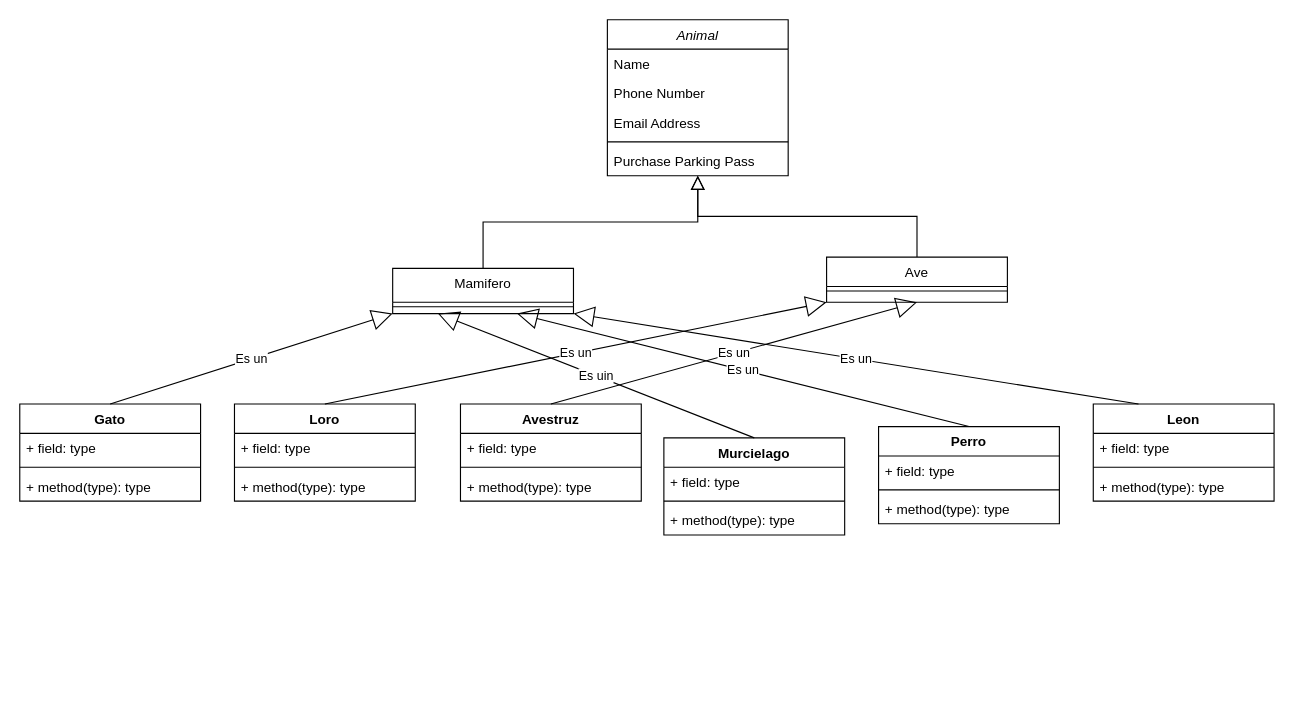
This is Untitled Diagram.drawio from Martin0506/Actividad5, a draw.io file, before an edit. Source tidied: cells renumbered, new cells numbered last; positions are measured from the earlier drawing's top-left corner, leaving out a move shared by most shapes. Both pictures are drawn from the tidied source at 113%, with x=0, y=0 at pixel (19, 19).
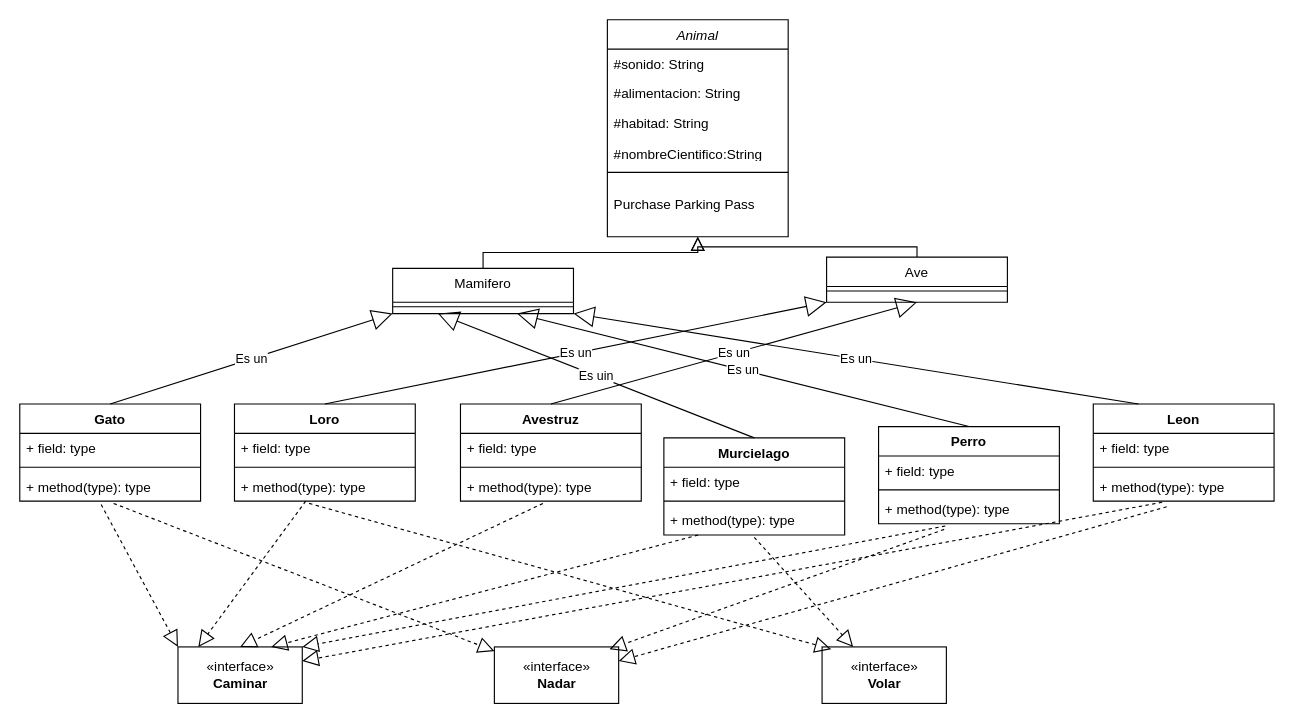
The same diagram, later.

The change refers to these unchanged cells:
```xml
<mxCell id="17" value="+ method(type): type" style="text;strokeColor=none;fillColor=none;align=left;verticalAlign=top;spacingLeft=4;spacingRight=4;overflow=hidden;points=[[0,0.5],[1,0.5]];portConstraint=eastwest;" parent="14" vertex="1">
  <mxGeometry y="60" width="160" height="26" as="geometry" />
</mxCell>
<mxCell id="21" value="+ method(type): type" style="text;strokeColor=none;fillColor=none;align=left;verticalAlign=top;spacingLeft=4;spacingRight=4;overflow=hidden;points=[[0,0.5],[1,0.5]];portConstraint=eastwest;" parent="18" vertex="1">
  <mxGeometry y="60" width="160" height="26" as="geometry" />
</mxCell>
<mxCell id="25" value="+ method(type): type" style="text;strokeColor=none;fillColor=none;align=left;verticalAlign=top;spacingLeft=4;spacingRight=4;overflow=hidden;points=[[0,0.5],[1,0.5]];portConstraint=eastwest;" parent="22" vertex="1">
  <mxGeometry y="60" width="160" height="26" as="geometry" />
</mxCell>
<mxCell id="29" value="+ method(type): type" style="text;strokeColor=none;fillColor=none;align=left;verticalAlign=top;spacingLeft=4;spacingRight=4;overflow=hidden;points=[[0,0.5],[1,0.5]];portConstraint=eastwest;" parent="26" vertex="1">
  <mxGeometry y="60" width="160" height="26" as="geometry" />
</mxCell>
<mxCell id="33" value="+ method(type): type" style="text;strokeColor=none;fillColor=none;align=left;verticalAlign=top;spacingLeft=4;spacingRight=4;overflow=hidden;points=[[0,0.5],[1,0.5]];portConstraint=eastwest;" parent="30" vertex="1">
  <mxGeometry y="60" width="160" height="26" as="geometry" />
</mxCell>
<mxCell id="37" value="+ method(type): type" style="text;strokeColor=none;fillColor=none;align=left;verticalAlign=top;spacingLeft=4;spacingRight=4;overflow=hidden;points=[[0,0.5],[1,0.5]];portConstraint=eastwest;" parent="34" vertex="1">
  <mxGeometry y="60" width="160" height="26" as="geometry" />
</mxCell>
```

Change to the diagram source:
```diff
@@
     <mxCell id="2" value="Animal" style="swimlane;fontStyle=2;align=center;verticalAlign=top;horizontal=1;startSize=26;rounded=0;shadow=0;strokeWidth=1;" parent="1" vertex="1">
-      <mxGeometry x="520" width="160" height="138" as="geometry" />
+      <mxGeometry x="520" width="160" height="192" as="geometry" />
     </mxCell>
-    <mxCell id="3" value="Name" style="text;align=left;verticalAlign=top;spacingLeft=4;spacingRight=4;overflow=hidden;" parent="2" vertex="1">
+    <mxCell id="3" value="#sonido: String" style="text;align=left;verticalAlign=top;spacingLeft=4;spacingRight=4;overflow=hidden;" parent="2" vertex="1">
       <mxGeometry y="26" width="160" height="26" as="geometry" />
     </mxCell>
-    <mxCell id="4" value="Phone Number" style="text;align=left;verticalAlign=top;spacingLeft=4;spacingRight=4;overflow=hidden;rounded=0;shadow=0;html=0;" parent="2" vertex="1">
+    <mxCell id="4" value="#alimentacion: String" style="text;align=left;verticalAlign=top;spacingLeft=4;spacingRight=4;overflow=hidden;rounded=0;shadow=0;html=0;" parent="2" vertex="1">
       <mxGeometry y="52" width="160" height="26" as="geometry" />
     </mxCell>
-    <mxCell id="5" value="Email Address" style="text;align=left;verticalAlign=top;spacingLeft=4;spacingRight=4;overflow=hidden;rounded=0;shadow=0;html=0;" parent="2" vertex="1">
-      <mxGeometry y="78" width="160" height="26" as="geometry" />
+    <mxCell id="5" value="#habitad: String&#10;&#10;#nombreCientifico:String" style="text;align=left;verticalAlign=top;spacingLeft=4;spacingRight=4;overflow=hidden;rounded=0;shadow=0;html=0;" parent="2" vertex="1">
+      <mxGeometry y="78" width="160" height="42" as="geometry" />
     </mxCell>
     <mxCell id="6" style="line;html=1;strokeWidth=1;align=left;verticalAlign=middle;spacingTop=-1;spacingLeft=3;spacingRight=3;labelPosition=right;" parent="2" vertex="1">
-      <mxGeometry y="104" width="160" height="8" as="geometry" />
+      <mxGeometry y="120" width="160" height="30" as="geometry" />
     </mxCell>
     <mxCell id="7" value="Purchase Parking Pass" style="text;align=left;verticalAlign=top;spacingLeft=4;spacingRight=4;overflow=hidden;" parent="2" vertex="1">
-      <mxGeometry y="112" width="160" height="26" as="geometry" />
+      <mxGeometry y="150" width="160" height="26" as="geometry" />
     </mxCell>
@@
+    <mxCell id="44" value="«interface»&lt;br&gt;&lt;b&gt;Caminar&lt;/b&gt;" style="html=1;" parent="1" vertex="1">
+      <mxGeometry x="140" y="555" width="110" height="50" as="geometry" />
+    </mxCell>
+    <mxCell id="45" value="«interface»&lt;br&gt;&lt;b&gt;Nadar&lt;/b&gt;" style="html=1;" parent="1" vertex="1">
+      <mxGeometry x="420" y="555" width="110" height="50" as="geometry" />
+    </mxCell>
+    <mxCell id="46" value="«interface»&lt;br&gt;&lt;b&gt;Volar&lt;/b&gt;" style="html=1;" parent="1" vertex="1">
+      <mxGeometry x="710" y="555" width="110" height="50" as="geometry" />
+    </mxCell>
+    <mxCell id="47" style="endArrow=block;dashed=1;endFill=0;endSize=12;html=1;rounded=0;exitX=0.45;exitY=1.115;exitDx=0;exitDy=0;exitPerimeter=0;entryX=0;entryY=0;entryDx=0;entryDy=0;" parent="1" edge="1" source="37" target="44">
+      <mxGeometry relative="1" as="geometry" />
+    </mxCell>
+    <mxCell id="48" style="endArrow=block;dashed=1;endFill=0;endSize=12;html=1;rounded=0;exitX=0.519;exitY=1.077;exitDx=0;exitDy=0;exitPerimeter=0;" parent="1" edge="1" source="37" target="45">
+      <mxGeometry relative="1" as="geometry" />
+    </mxCell>
+    <mxCell id="49" style="endArrow=block;dashed=1;endFill=0;endSize=12;html=1;rounded=0;exitX=0.413;exitY=1.077;exitDx=0;exitDy=0;exitPerimeter=0;entryX=0.073;entryY=0.04;entryDx=0;entryDy=0;entryPerimeter=0;" parent="1" edge="1" source="21" target="46">
+      <mxGeometry relative="1" as="geometry" />
+    </mxCell>
+    <mxCell id="50" style="endArrow=block;dashed=1;endFill=0;endSize=12;html=1;rounded=0;exitX=0.394;exitY=1;exitDx=0;exitDy=0;exitPerimeter=0;entryX=0.164;entryY=0;entryDx=0;entryDy=0;entryPerimeter=0;" parent="1" edge="1" source="21" target="44">
+      <mxGeometry relative="1" as="geometry" />
+    </mxCell>
+    <mxCell id="51" style="endArrow=block;dashed=1;endFill=0;endSize=12;html=1;rounded=0;exitX=0.456;exitY=1.077;exitDx=0;exitDy=0;exitPerimeter=0;entryX=0.5;entryY=0;entryDx=0;entryDy=0;" parent="1" edge="1" source="17" target="44">
+      <mxGeometry relative="1" as="geometry" />
+    </mxCell>
+    <mxCell id="52" style="endArrow=block;dashed=1;endFill=0;endSize=12;html=1;rounded=0;entryX=0.75;entryY=0;entryDx=0;entryDy=0;" parent="1" edge="1" source="25" target="44">
+      <mxGeometry relative="1" as="geometry" />
+    </mxCell>
+    <mxCell id="53" style="endArrow=block;dashed=1;endFill=0;endSize=12;html=1;rounded=0;exitX=0.5;exitY=1.077;exitDx=0;exitDy=0;exitPerimeter=0;entryX=0.25;entryY=0;entryDx=0;entryDy=0;" parent="1" edge="1" source="25" target="46">
+      <mxGeometry relative="1" as="geometry" />
+    </mxCell>
+    <mxCell id="54" style="endArrow=block;dashed=1;endFill=0;endSize=12;html=1;rounded=0;exitX=0.369;exitY=1.077;exitDx=0;exitDy=0;exitPerimeter=0;entryX=1;entryY=0;entryDx=0;entryDy=0;" parent="1" edge="1" source="29" target="44">
+      <mxGeometry relative="1" as="geometry" />
+    </mxCell>
+    <mxCell id="55" style="endArrow=block;dashed=1;endFill=0;endSize=12;html=1;rounded=0;exitX=0.363;exitY=1.192;exitDx=0;exitDy=0;exitPerimeter=0;entryX=0.927;entryY=0.04;entryDx=0;entryDy=0;entryPerimeter=0;" parent="1" edge="1" source="29" target="45">
+      <mxGeometry relative="1" as="geometry" />
+    </mxCell>
+    <mxCell id="56" style="endArrow=block;dashed=1;endFill=0;endSize=12;html=1;rounded=0;exitX=0.381;exitY=1.038;exitDx=0;exitDy=0;exitPerimeter=0;entryX=1;entryY=0.25;entryDx=0;entryDy=0;" parent="1" edge="1" source="33" target="44">
+      <mxGeometry relative="1" as="geometry" />
+    </mxCell>
+    <mxCell id="57" style="endArrow=block;dashed=1;endFill=0;endSize=12;html=1;rounded=0;exitX=0.406;exitY=1.192;exitDx=0;exitDy=0;exitPerimeter=0;entryX=1;entryY=0.25;entryDx=0;entryDy=0;" parent="1" edge="1" source="33" target="45">
+      <mxGeometry relative="1" as="geometry" />
+    </mxCell>
```
